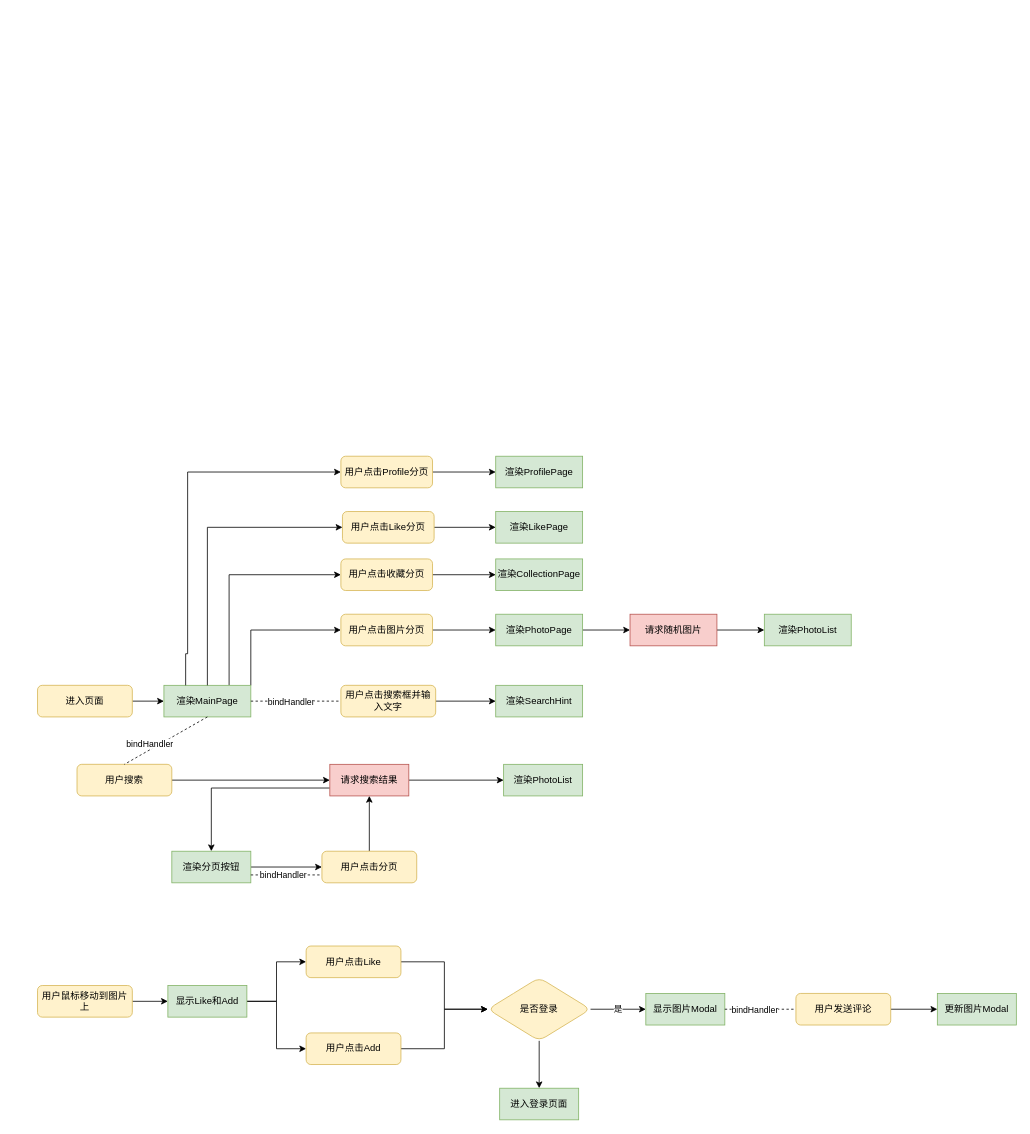
Before: public/未命名绘图.drawio in zakyi/RefactMyFirstFrontendProject, a draw.io diagram. Source tidied: cells renumbered, new cells numbered last; positions are measured from the earlier drawing's top-left corner, leaving out a move shared by most shapes. Both pictures are drawn from the tidied source at 79%, with x=0, y=0 at pixel (37, 456).
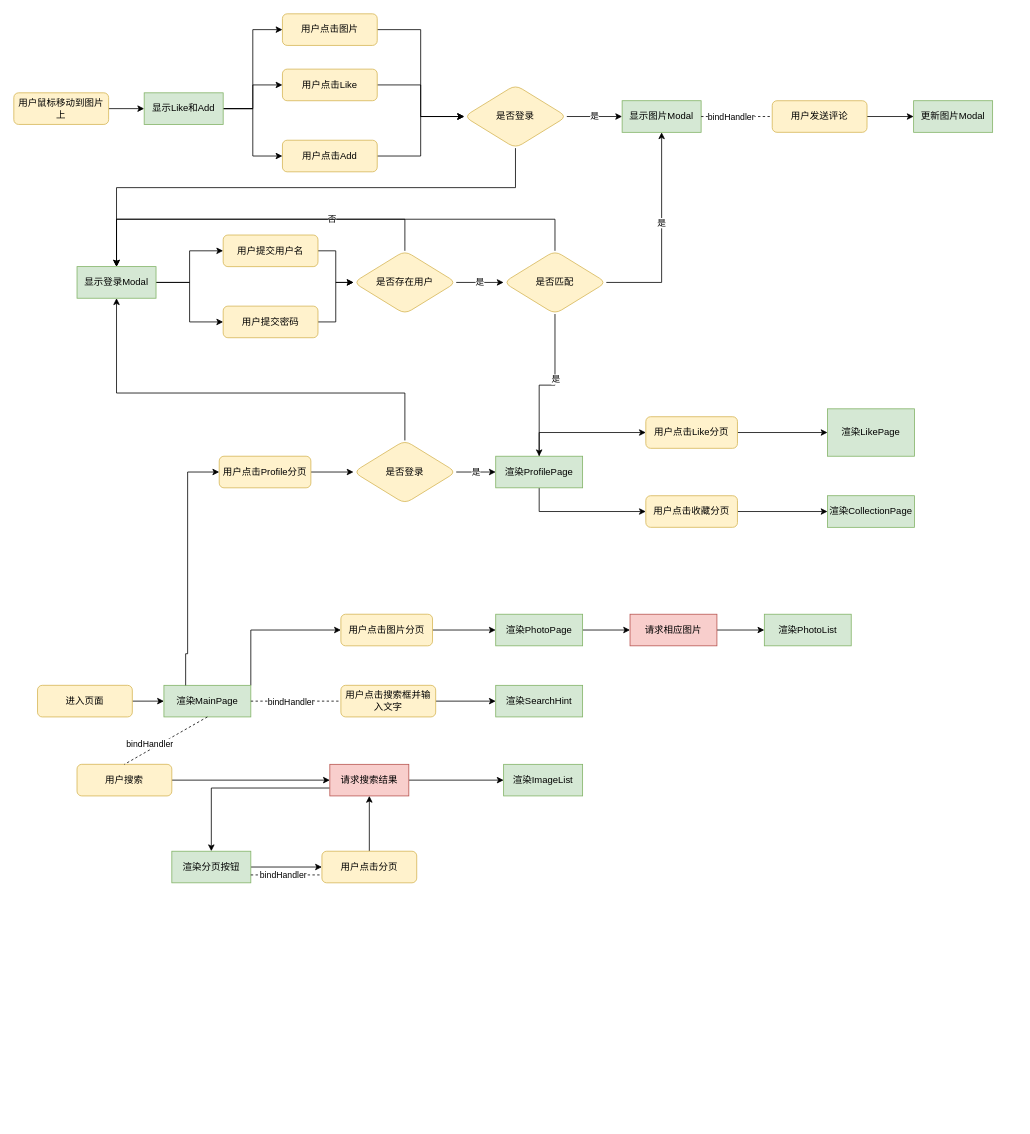
The same diagram, later.

The change refers to these unchanged cells:
```xml
<mxCell id="6" value="渲染MainPage" style="rounded=0;whiteSpace=wrap;html=1;fillColor=#d5e8d4;strokeColor=#82b366;" parent="1" vertex="1">
  <mxGeometry x="160" y="290" width="110" height="40" as="geometry" />
</mxCell>
<mxCell id="62" value="渲染ProfilePage" style="rounded=0;whiteSpace=wrap;html=1;fillColor=#d5e8d4;strokeColor=#82b366;" parent="1" vertex="1">
  <mxGeometry x="580" width="110" height="40" as="geometry" />
</mxCell>
```

Change to the diagram source:
```diff
@@
-    <mxCell id="5" style="edgeStyle=orthogonalEdgeStyle;rounded=0;jettySize=auto;html=1;exitX=0.75;exitY=0;exitDx=0;exitDy=0;entryX=0;entryY=0.5;entryDx=0;entryDy=0;" parent="1" edge="1" source="6" target="48">
+    <mxCell id="5" style="edgeStyle=orthogonalEdgeStyle;rounded=0;jettySize=auto;html=1;exitX=0.5;exitY=1;exitDx=0;exitDy=0;entryX=0;entryY=0.5;entryDx=0;entryDy=0;" parent="1" edge="1" source="62" target="48">
       <mxGeometry relative="1" as="geometry" />
     </mxCell>
@@
-    <mxCell id="17" value="渲染PhotoList" style="whiteSpace=wrap;html=1;rounded=0;fillColor=#d5e8d4;strokeColor=#82b366;" parent="1" vertex="1">
+    <mxCell id="17" value="渲染ImageList" style="whiteSpace=wrap;html=1;rounded=0;fillColor=#d5e8d4;strokeColor=#82b366;" parent="1" vertex="1">
       <mxGeometry x="590" y="390" width="100" height="40" as="geometry" />
     </mxCell>
@@
     <mxCell id="27" value="用户鼠标移动到图片上" style="rounded=1;whiteSpace=wrap;html=1;fontSize=12;glass=0;strokeWidth=1;shadow=0;fillColor=#fff2cc;strokeColor=#d6b656;" parent="1" vertex="1">
-      <mxGeometry y="670" width="120" height="40" as="geometry" />
+      <mxGeometry x="-30" y="-460" width="120" height="40" as="geometry" />
     </mxCell>
@@
+    <mxCell id="63" style="edgeStyle=orthogonalEdgeStyle;rounded=0;jettySize=auto;html=1;exitX=1;exitY=0.5;exitDx=0;exitDy=0;entryX=0;entryY=0.5;entryDx=0;entryDy=0;" parent="1" edge="1" source="30" target="71">
+      <mxGeometry relative="1" as="geometry" />
+    </mxCell>
     <mxCell id="30" value="显示Like和Add" style="rounded=0;whiteSpace=wrap;html=1;fillColor=#d5e8d4;strokeColor=#82b366;" parent="1" vertex="1">
-      <mxGeometry x="165" y="670" width="100" height="40" as="geometry" />
+      <mxGeometry x="135" y="-460" width="100" height="40" as="geometry" />
     </mxCell>
@@
     <mxCell id="32" value="用户点击Like" style="rounded=1;whiteSpace=wrap;html=1;fontSize=12;glass=0;strokeWidth=1;shadow=0;fillColor=#fff2cc;strokeColor=#d6b656;" parent="1" vertex="1">
-      <mxGeometry x="340" y="620" width="120" height="40" as="geometry" />
+      <mxGeometry x="310" y="-490" width="120" height="40" as="geometry" />
     </mxCell>
@@
     <mxCell id="34" value="用户点击Add" style="rounded=1;whiteSpace=wrap;html=1;fontSize=12;glass=0;strokeWidth=1;shadow=0;fillColor=#fff2cc;strokeColor=#d6b656;" parent="1" vertex="1">
-      <mxGeometry x="340" y="730" width="120" height="40" as="geometry" />
+      <mxGeometry x="310" y="-400" width="120" height="40" as="geometry" />
     </mxCell>
@@
-    <mxCell id="36" style="edgeStyle=orthogonalEdgeStyle;rounded=0;jettySize=auto;html=1;" parent="1" edge="1" source="37" target="38">
-      <mxGeometry relative="1" as="geometry" />
+    <mxCell id="36" style="edgeStyle=orthogonalEdgeStyle;rounded=0;jettySize=auto;html=1;entryX=0.5;entryY=0;entryDx=0;entryDy=0;" parent="1" edge="1" source="37" target="38">
+      <mxGeometry relative="1" as="geometry">
+        <Array as="points">
+          <mxPoint x="605" y="-340" />
+          <mxPoint x="100" y="-340" />
+        </Array>
+      </mxGeometry>
     </mxCell>
     <mxCell id="37" value="是否登录" style="rhombus;whiteSpace=wrap;html=1;fillColor=#fff2cc;strokeColor=#d6b656;rounded=1;glass=0;strokeWidth=1;shadow=0;" parent="1" vertex="1">
-      <mxGeometry x="570" y="660" width="130" height="80" as="geometry" />
+      <mxGeometry x="540" y="-470" width="130" height="80" as="geometry" />
     </mxCell>
+    <mxCell id="64" style="edgeStyle=orthogonalEdgeStyle;rounded=0;jettySize=auto;html=1;entryX=0;entryY=0.5;entryDx=0;entryDy=0;" parent="1" edge="1" source="38" target="73">
+      <mxGeometry relative="1" as="geometry" />
+    </mxCell>
+    <mxCell id="65" style="edgeStyle=orthogonalEdgeStyle;rounded=0;jettySize=auto;html=1;entryX=0;entryY=0.5;entryDx=0;entryDy=0;" parent="1" edge="1" source="38" target="75">
+      <mxGeometry relative="1" as="geometry" />
+    </mxCell>
-    <mxCell id="38" value="进入登录页面" style="rounded=0;whiteSpace=wrap;html=1;fillColor=#d5e8d4;strokeColor=#82b366;" parent="1" vertex="1">
-      <mxGeometry x="585" y="800" width="100" height="40" as="geometry" />
+    <mxCell id="38" value="显示登录Modal" style="rounded=0;whiteSpace=wrap;html=1;fillColor=#d5e8d4;strokeColor=#82b366;" parent="1" vertex="1">
+      <mxGeometry x="50" y="-240" width="100" height="40" as="geometry" />
     </mxCell>
     <mxCell id="39" value="显示图片Modal" style="rounded=0;whiteSpace=wrap;html=1;fillColor=#d5e8d4;strokeColor=#82b366;" parent="1" vertex="1">
-      <mxGeometry x="770" y="680" width="100" height="40" as="geometry" />
+      <mxGeometry x="740" y="-450" width="100" height="40" as="geometry" />
     </mxCell>
@@
-    <mxCell id="45" value="请求随机图片" style="rounded=0;whiteSpace=wrap;html=1;fillColor=#f8cecc;strokeColor=#b85450;" parent="1" vertex="1">
+    <mxCell id="45" value="请求相应图片" style="rounded=0;whiteSpace=wrap;html=1;fillColor=#f8cecc;strokeColor=#b85450;" parent="1" vertex="1">
       <mxGeometry x="750" y="200" width="110" height="40" as="geometry" />
     </mxCell>
@@
     <mxCell id="48" value="用户点击收藏分页" style="rounded=1;whiteSpace=wrap;html=1;fontSize=12;glass=0;strokeWidth=1;shadow=0;fillColor=#fff2cc;strokeColor=#d6b656;" parent="1" vertex="1">
-      <mxGeometry x="384" y="130" width="116" height="40" as="geometry" />
+      <mxGeometry x="770" y="50" width="116" height="40" as="geometry" />
     </mxCell>
@@
     <mxCell id="50" value="用户发送评论" style="rounded=1;whiteSpace=wrap;html=1;fontSize=12;glass=0;strokeWidth=1;shadow=0;fillColor=#fff2cc;strokeColor=#d6b656;" parent="1" vertex="1">
-      <mxGeometry x="960" y="680" width="120" height="40" as="geometry" />
+      <mxGeometry x="930" y="-450" width="120" height="40" as="geometry" />
     </mxCell>
@@
     <mxCell id="53" value="渲染CollectionPage" style="rounded=0;whiteSpace=wrap;html=1;fillColor=#d5e8d4;strokeColor=#82b366;" parent="1" vertex="1">
-      <mxGeometry x="580" y="130" width="110" height="40" as="geometry" />
+      <mxGeometry x="1000" y="50" width="110" height="40" as="geometry" />
     </mxCell>
@@
     <mxCell id="55" value="用户点击Like分页" style="rounded=1;whiteSpace=wrap;html=1;fontSize=12;glass=0;strokeWidth=1;shadow=0;fillColor=#fff2cc;strokeColor=#d6b656;" parent="1" vertex="1">
-      <mxGeometry x="386" y="70" width="116" height="40" as="geometry" />
+      <mxGeometry x="770" y="-50" width="116" height="40" as="geometry" />
     </mxCell>
-    <mxCell id="56" style="edgeStyle=orthogonalEdgeStyle;rounded=0;jettySize=auto;html=1;exitX=0.5;exitY=0;exitDx=0;exitDy=0;entryX=0;entryY=0.5;entryDx=0;entryDy=0;" parent="1" edge="1" source="6" target="55">
+    <mxCell id="56" style="edgeStyle=orthogonalEdgeStyle;rounded=0;jettySize=auto;html=1;exitX=0.5;exitY=0;exitDx=0;exitDy=0;entryX=0;entryY=0.5;entryDx=0;entryDy=0;" parent="1" edge="1" source="62" target="55">
       <mxGeometry relative="1" as="geometry" />
     </mxCell>
     <mxCell id="57" value="渲染LikePage" style="rounded=0;whiteSpace=wrap;html=1;fillColor=#d5e8d4;strokeColor=#82b366;" parent="1" vertex="1">
-      <mxGeometry x="580" y="70" width="110" height="40" as="geometry" />
+      <mxGeometry x="1000" y="-60" width="110" height="60" as="geometry" />
     </mxCell>
     <mxCell id="58" value="更新图片Modal" style="rounded=0;whiteSpace=wrap;html=1;fillColor=#d5e8d4;strokeColor=#82b366;" parent="1" vertex="1">
-      <mxGeometry x="1139" y="680" width="100" height="40" as="geometry" />
+      <mxGeometry x="1109" y="-450" width="100" height="40" as="geometry" />
     </mxCell>
-    <mxCell id="59" style="edgeStyle=orthogonalEdgeStyle;rounded=0;jettySize=auto;html=1;" parent="1" edge="1" source="60" target="62">
-      <mxGeometry relative="1" as="geometry" />
-    </mxCell>
+    <mxCell id="66" style="edgeStyle=orthogonalEdgeStyle;rounded=0;jettySize=auto;html=1;" parent="1" edge="1" source="60" target="69">
+      <mxGeometry relative="1" as="geometry" />
+    </mxCell>
     <mxCell id="60" value="用户点击Profile分页" style="rounded=1;whiteSpace=wrap;html=1;fontSize=12;glass=0;strokeWidth=1;shadow=0;fillColor=#fff2cc;strokeColor=#d6b656;" parent="1" vertex="1">
-      <mxGeometry x="384" width="116" height="40" as="geometry" />
+      <mxGeometry x="230" width="116" height="40" as="geometry" />
     </mxCell>
@@
+    <mxCell id="67" value="是" style="edgeStyle=orthogonalEdgeStyle;rounded=0;jettySize=auto;html=1;" parent="1" edge="1" source="69" target="62">
+      <mxGeometry relative="1" as="geometry" />
+    </mxCell>
+    <mxCell id="68" style="edgeStyle=orthogonalEdgeStyle;rounded=0;jettySize=auto;html=1;entryX=0.5;entryY=1;entryDx=0;entryDy=0;" parent="1" edge="1" source="69" target="38">
+      <mxGeometry relative="1" as="geometry">
+        <Array as="points">
+          <mxPoint x="465" y="-80" />
+          <mxPoint x="100" y="-80" />
+        </Array>
+      </mxGeometry>
+    </mxCell>
+    <mxCell id="69" value="是否登录" style="rhombus;whiteSpace=wrap;html=1;fillColor=#fff2cc;strokeColor=#d6b656;rounded=1;glass=0;strokeWidth=1;shadow=0;" parent="1" vertex="1">
+      <mxGeometry x="400" y="-20" width="130" height="80" as="geometry" />
+    </mxCell>
+    <mxCell id="70" style="edgeStyle=orthogonalEdgeStyle;rounded=0;jettySize=auto;html=1;entryX=0;entryY=0.5;entryDx=0;entryDy=0;" parent="1" edge="1" source="71" target="37">
+      <mxGeometry relative="1" as="geometry" />
+    </mxCell>
+    <mxCell id="71" value="用户点击图片" style="rounded=1;whiteSpace=wrap;html=1;fontSize=12;glass=0;strokeWidth=1;shadow=0;fillColor=#fff2cc;strokeColor=#d6b656;" parent="1" vertex="1">
+      <mxGeometry x="310" y="-560" width="120" height="40" as="geometry" />
+    </mxCell>
+    <mxCell id="72" style="edgeStyle=orthogonalEdgeStyle;rounded=0;jettySize=auto;html=1;entryX=0;entryY=0.5;entryDx=0;entryDy=0;" parent="1" edge="1" source="73" target="79">
+      <mxGeometry relative="1" as="geometry" />
+    </mxCell>
+    <mxCell id="73" value="用户提交用户名" style="rounded=1;whiteSpace=wrap;html=1;fontSize=12;glass=0;strokeWidth=1;shadow=0;fillColor=#fff2cc;strokeColor=#d6b656;" parent="1" vertex="1">
+      <mxGeometry x="235" y="-280" width="120" height="40" as="geometry" />
+    </mxCell>
+    <mxCell id="74" style="edgeStyle=orthogonalEdgeStyle;rounded=0;jettySize=auto;html=1;entryX=0;entryY=0.5;entryDx=0;entryDy=0;" parent="1" edge="1" source="75" target="79">
+      <mxGeometry relative="1" as="geometry" />
+    </mxCell>
+    <mxCell id="75" value="用户提交密码" style="rounded=1;whiteSpace=wrap;html=1;fontSize=12;glass=0;strokeWidth=1;shadow=0;fillColor=#fff2cc;strokeColor=#d6b656;" parent="1" vertex="1">
+      <mxGeometry x="235" y="-190" width="120" height="40" as="geometry" />
+    </mxCell>
+    <mxCell id="76" value="是" style="edgeStyle=orthogonalEdgeStyle;rounded=0;jettySize=auto;html=1;" parent="1" edge="1" source="79" target="85">
+      <mxGeometry relative="1" as="geometry" />
+    </mxCell>
+    <mxCell id="77" style="edgeStyle=orthogonalEdgeStyle;rounded=0;jettySize=auto;html=1;entryX=0.5;entryY=0;entryDx=0;entryDy=0;" parent="1" edge="1" source="79" target="38">
+      <mxGeometry relative="1" as="geometry">
+        <Array as="points">
+          <mxPoint x="465" y="-300" />
+          <mxPoint x="100" y="-300" />
+        </Array>
+      </mxGeometry>
+    </mxCell>
+    <mxCell id="78" value="否" style="edgeLabel;html=1;align=center;verticalAlign=middle;" parent="77" vertex="1">
+      <mxGeometry x="-0.43" y="-1" relative="1" as="geometry" />
+    </mxCell>
+    <mxCell id="79" value="是否存在用户" style="rhombus;whiteSpace=wrap;html=1;fillColor=#fff2cc;strokeColor=#d6b656;rounded=1;glass=0;strokeWidth=1;shadow=0;" parent="1" vertex="1">
+      <mxGeometry x="400" y="-260" width="130" height="80" as="geometry" />
+    </mxCell>
+    <mxCell id="80" style="edgeStyle=orthogonalEdgeStyle;rounded=0;jettySize=auto;html=1;entryX=0.5;entryY=0;entryDx=0;entryDy=0;" parent="1" edge="1" source="85" target="38">
+      <mxGeometry relative="1" as="geometry">
+        <Array as="points">
+          <mxPoint x="655" y="-300" />
+          <mxPoint x="100" y="-300" />
+        </Array>
+      </mxGeometry>
+    </mxCell>
+    <mxCell id="81" style="edgeStyle=orthogonalEdgeStyle;rounded=0;jettySize=auto;html=1;entryX=0.5;entryY=1;entryDx=0;entryDy=0;" parent="1" edge="1" source="85" target="39">
+      <mxGeometry relative="1" as="geometry" />
+    </mxCell>
+    <mxCell id="82" value="是" style="edgeLabel;html=1;align=center;verticalAlign=middle;" parent="81" vertex="1">
+      <mxGeometry x="0.12" y="1" relative="1" as="geometry" />
+    </mxCell>
+    <mxCell id="83" style="edgeStyle=orthogonalEdgeStyle;rounded=0;jettySize=auto;html=1;entryX=0.5;entryY=0;entryDx=0;entryDy=0;" parent="1" edge="1" source="85" target="62">
+      <mxGeometry relative="1" as="geometry" />
+    </mxCell>
+    <mxCell id="84" value="是" style="edgeLabel;html=1;align=center;verticalAlign=middle;" parent="83" vertex="1">
+      <mxGeometry x="-0.18" relative="1" as="geometry" />
+    </mxCell>
+    <mxCell id="85" value="是否匹配" style="rhombus;whiteSpace=wrap;html=1;fillColor=#fff2cc;strokeColor=#d6b656;rounded=1;glass=0;strokeWidth=1;shadow=0;" parent="1" vertex="1">
+      <mxGeometry x="590" y="-260" width="130" height="80" as="geometry" />
+    </mxCell>
```
